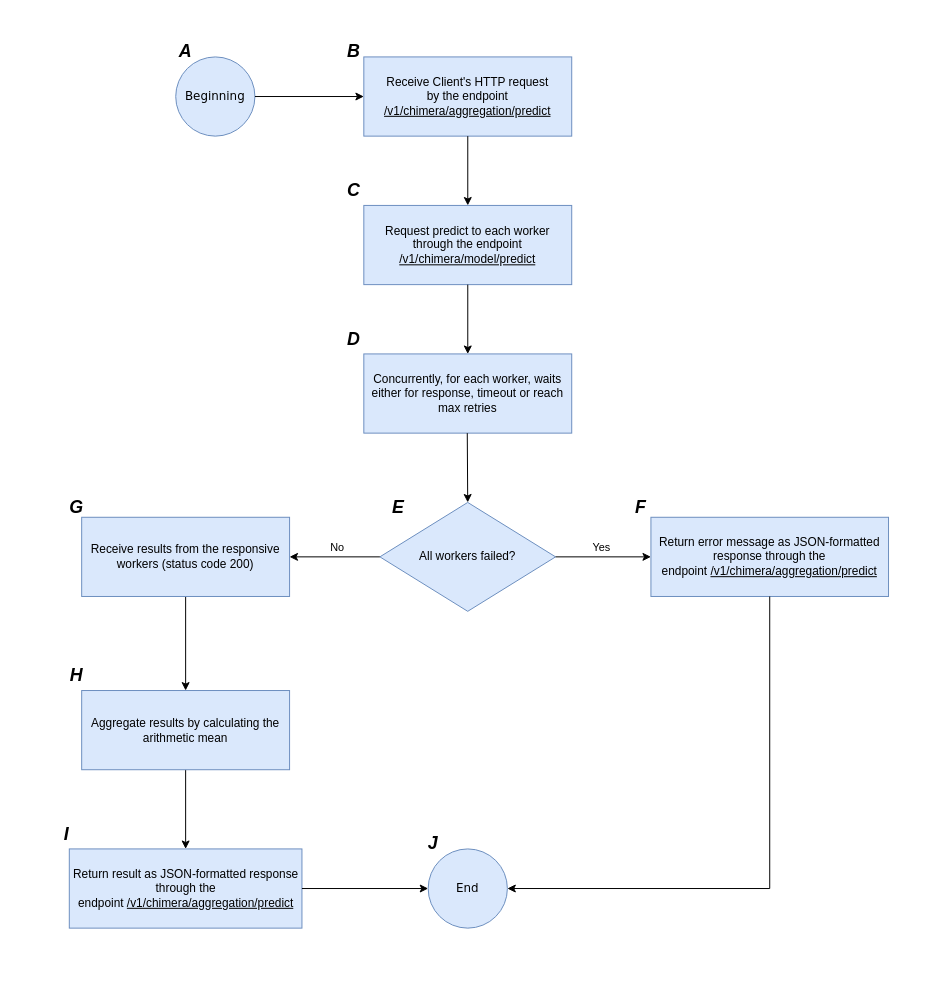
Above: images/master/aggregation_master_predict_state_machine_flowchart.drawio in Samirnunes/chimera (draw.io), before the change. Source tidied: cells renumbered, new cells numbered last; positions are measured from the earlier drawing's top-left corner, leaving out a move shared by most shapes. Both pictures are drawn from the tidied source at 99%, with x=0, y=0 at pixel (17, 17).
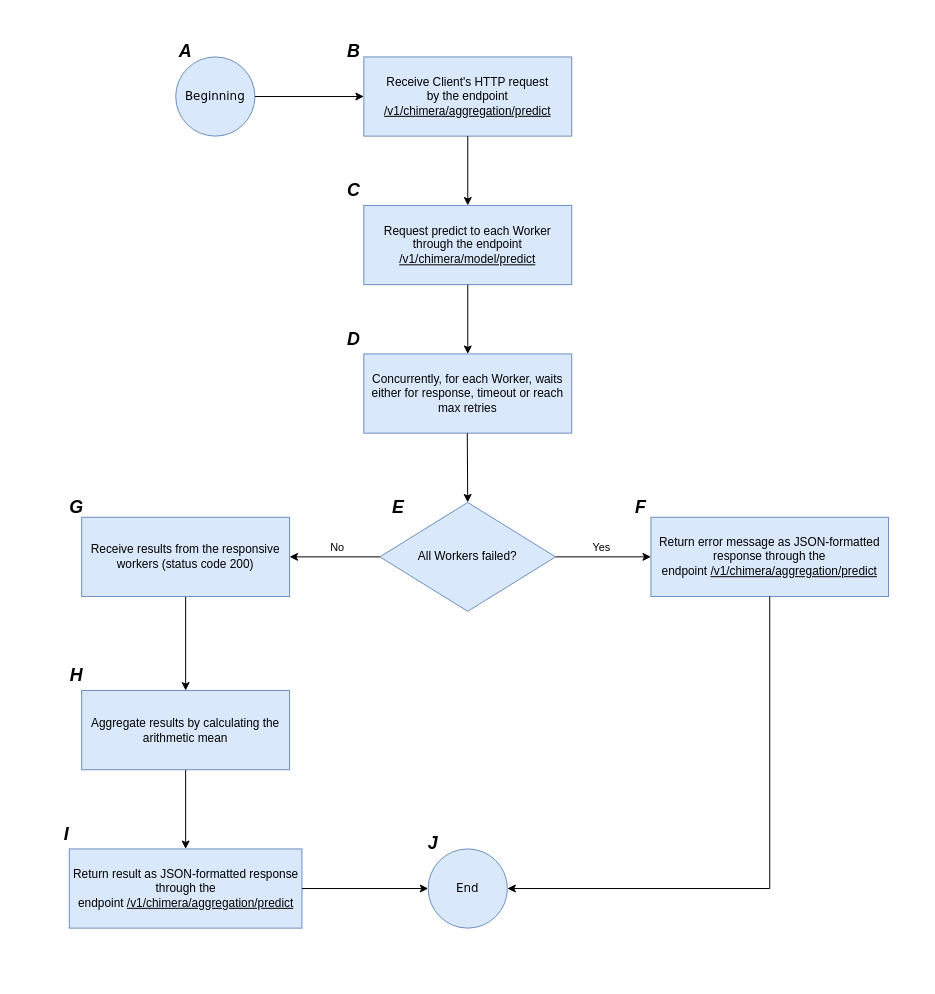
The same diagram, later.

Commit message (it also covers changes not shown here):
docs: add new diagrams for workers

Diff of the diagram source:
```diff
@@
-    <mxCell id="6" value="Request predict to each worker through the endpoint &lt;u&gt;/v1/chimera/model/predict&lt;/u&gt;" style="rounded=0;whiteSpace=wrap;html=1;fillColor=#dae8fc;strokeColor=#6c8ebf;" parent="1" vertex="1">
+    <mxCell id="6" value="Request predict to each Worker through the endpoint &lt;u&gt;/v1/chimera/model/predict&lt;/u&gt;" style="rounded=0;whiteSpace=wrap;html=1;fillColor=#dae8fc;strokeColor=#6c8ebf;" parent="1" vertex="1">
       <mxGeometry x="350" y="190" width="210" height="80" as="geometry" />
     </mxCell>
@@
-    <mxCell id="13" value="All workers failed?" style="rhombus;whiteSpace=wrap;html=1;fillColor=#dae8fc;strokeColor=#6c8ebf;" parent="1" vertex="1">
+    <mxCell id="13" value="All Workers failed?" style="rhombus;whiteSpace=wrap;html=1;fillColor=#dae8fc;strokeColor=#6c8ebf;" parent="1" vertex="1">
       <mxGeometry x="366.2" y="490" width="177.5" height="110" as="geometry" />
     </mxCell>
-    <mxCell id="14" value="Concurrently, for each worker, waits either for response, timeout or reach max retries" style="rounded=0;whiteSpace=wrap;html=1;fillColor=#dae8fc;strokeColor=#6c8ebf;" parent="1" vertex="1">
+    <mxCell id="14" value="Concurrently, for each Worker, waits either for response, timeout or reach max retries" style="rounded=0;whiteSpace=wrap;html=1;fillColor=#dae8fc;strokeColor=#6c8ebf;" parent="1" vertex="1">
       <mxGeometry x="350" y="340" width="210" height="80" as="geometry" />
     </mxCell>
```
